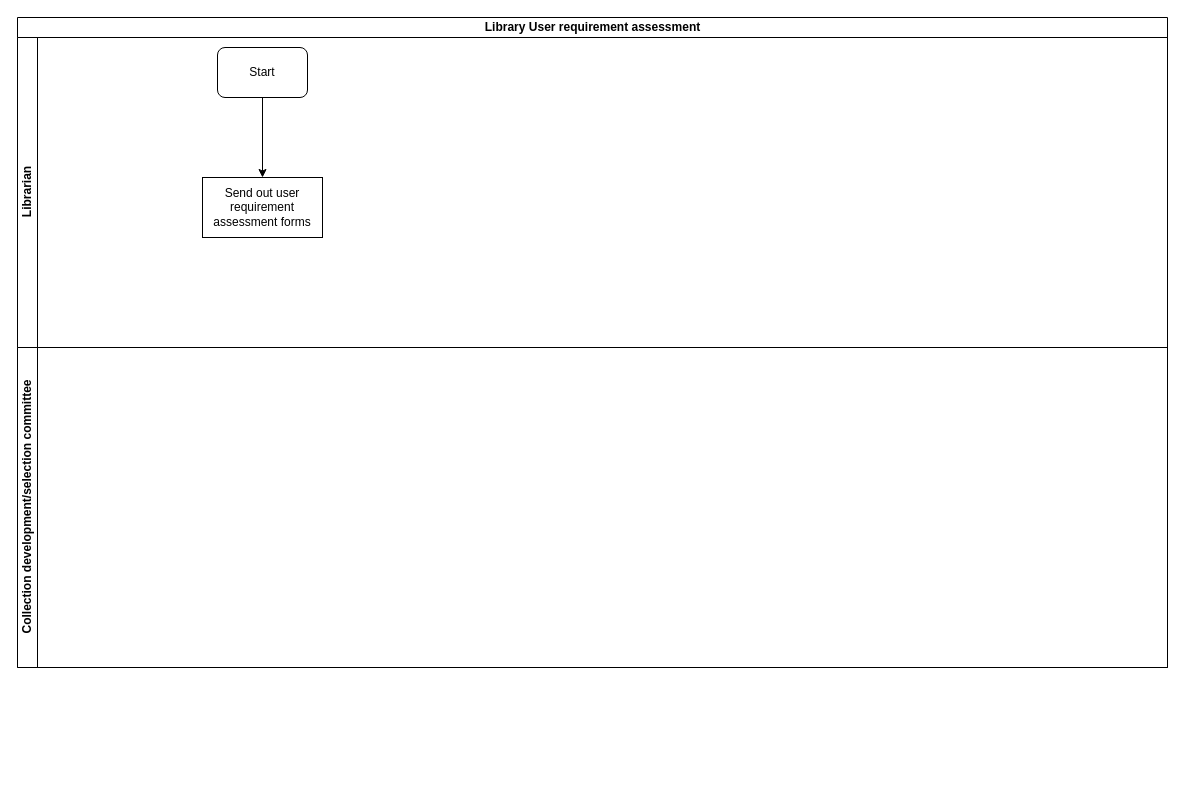
kmagua/flowcharts keeps this draw.io diagram as Library - Library User requirement assessment.drawio. Above is the earlier version. Source tidied: cells renumbered, new cells numbered last; positions are measured from the earlier drawing's top-left corner, leaving out a move shared by most shapes. Both pictures are drawn from the tidied source at 100%, with x=0, y=0 at pixel (17, 17).
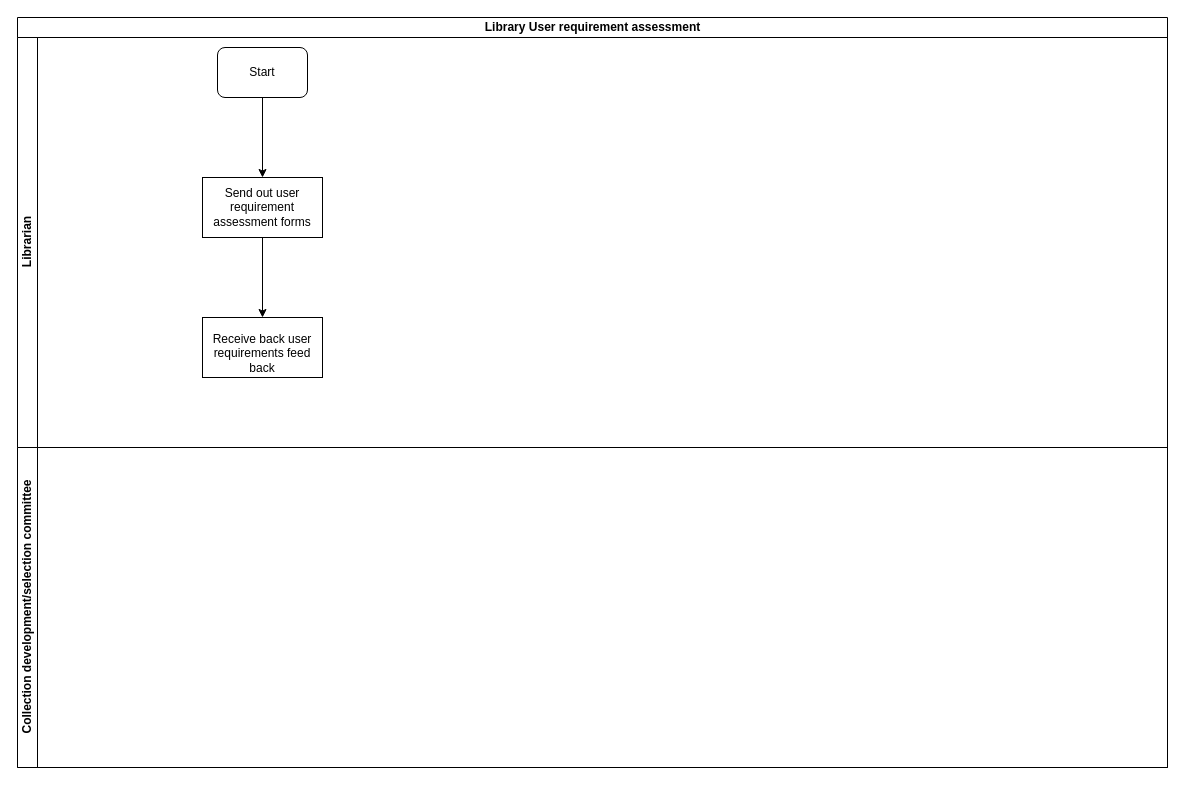
After the change.

The edit, as a diff of the source:
```diff
@@
 <mxGraphModel>
   <root>
     <mxCell id="0" />
     <mxCell id="1" parent="0" />
     <mxCell id="2" value="Library User requirement assessment" style="swimlane;html=1;horizontal=1;startSize=20;" parent="1" vertex="1">
-      <mxGeometry width="1150" height="650" as="geometry" />
+      <mxGeometry width="1150" height="750" as="geometry" />
     </mxCell>
     <mxCell id="3" value="Librarian" style="swimlane;html=1;startSize=20;horizontal=0;" parent="2" vertex="1">
-      <mxGeometry y="20" width="1150" height="310" as="geometry" />
+      <mxGeometry y="20" width="1150" height="410" as="geometry" />
     </mxCell>
     <mxCell id="4" value="Start" style="rounded=1;whiteSpace=wrap;html=1;" parent="3" vertex="1">
       <mxGeometry x="200" y="10" width="90" height="50" as="geometry" />
     </mxCell>
     <mxCell id="5" value="Send out user requirement assessment forms &lt;br&gt;" style="rounded=0;whiteSpace=wrap;html=1;" parent="3" vertex="1">
       <mxGeometry x="185" y="140" width="120" height="60" as="geometry" />
     </mxCell>
     <mxCell id="6" style="edgeStyle=orthogonalEdgeStyle;rounded=0;jettySize=auto;html=1;entryX=0.5;entryY=0;entryDx=0;entryDy=0;" parent="3" edge="1" source="4" target="5">
       <mxGeometry relative="1" as="geometry" />
     </mxCell>
     <mxCell id="7" value="Collection development/selection committee" style="swimlane;html=1;startSize=20;horizontal=0;" parent="2" vertex="1">
-      <mxGeometry y="330" width="1150" height="320" as="geometry" />
+      <mxGeometry y="430" width="1150" height="320" as="geometry" />
     </mxCell>
+    <mxCell id="8" value="&lt;p class=&quot;western&quot; style=&quot;margin-bottom: 0in&quot; lang=&quot;en-GB&quot;&gt;&lt;br/&gt;Receive back user requirements feed back&lt;/p&gt;&lt;br/&gt;" style="whiteSpace=wrap;html=1;rounded=0;" parent="1" vertex="1">
+      <mxGeometry x="185" y="300" width="120" height="60" as="geometry" />
+    </mxCell>
+    <mxCell id="9" style="edgeStyle=orthogonalEdgeStyle;rounded=0;jettySize=auto;html=1;" parent="1" edge="1" source="5" target="8">
+      <mxGeometry relative="1" as="geometry" />
+    </mxCell>
   </root>
 </mxGraphModel>
```
